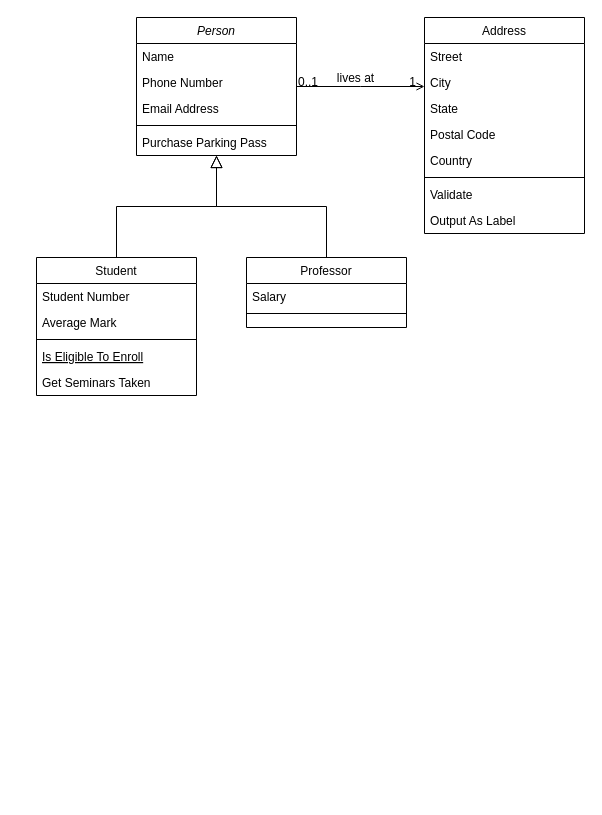
enchanter1cl/test-demo keeps this draw.io diagram as ParameterizedType.drawio. Above is the earlier version. Source tidied: cells renumbered, new cells numbered last; positions are measured from the earlier drawing's top-left corner, leaving out a move shared by most shapes. Both pictures are drawn from the tidied source at 100%, with x=0, y=0 at pixel (36, 17).
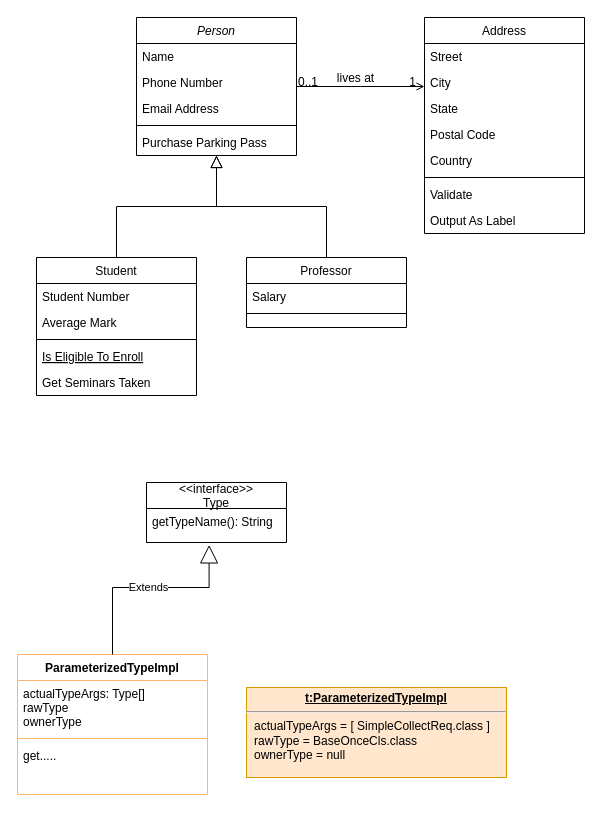
Above is the later version.

Change to the diagram source:
```diff
@@
+    <mxCell id="32" value="ParameterizedTypeImpl" style="swimlane;fontStyle=1;align=center;verticalAlign=top;horizontal=1;startSize=26;strokeColor=#FFB570;" parent="1" vertex="1">
+      <mxGeometry x="-19" y="637" width="190" height="140" as="geometry" />
+    </mxCell>
+    <mxCell id="33" value="actualTypeArgs: Type[]&#10;rawType&#10;ownerType" style="text;strokeColor=none;fillColor=none;align=left;verticalAlign=top;spacingLeft=4;spacingRight=4;overflow=hidden;" parent="32" vertex="1">
+      <mxGeometry y="26" width="190" height="54" as="geometry" />
+    </mxCell>
+    <mxCell id="34" style="line;strokeWidth=1;fillColor=none;align=left;verticalAlign=middle;spacingTop=-1;spacingLeft=3;spacingRight=3;labelPosition=right;strokeColor=inherit;" parent="32" vertex="1">
+      <mxGeometry y="80" width="190" height="8" as="geometry" />
+    </mxCell>
+    <mxCell id="35" value="get....." style="text;strokeColor=none;fillColor=none;align=left;verticalAlign=top;spacingLeft=4;spacingRight=4;overflow=hidden;" parent="32" vertex="1">
+      <mxGeometry y="88" width="190" height="52" as="geometry" />
+    </mxCell>
+    <mxCell id="36" value="&lt;p style=&quot;margin:0px;margin-top:4px;text-align:center;text-decoration:underline;&quot;&gt;&lt;b&gt;t:ParameterizedTypeImpl&lt;/b&gt;&lt;/p&gt;&lt;hr&gt;&lt;p style=&quot;margin:0px;margin-left:8px;&quot;&gt;actualTypeArgs = [ SimpleCollectReq.class ]&lt;br&gt;rawType = BaseOnceCls.class&lt;br&gt;&lt;/p&gt;&lt;p style=&quot;margin:0px;margin-left:8px;&quot;&gt;ownerType = null&lt;/p&gt;" style="verticalAlign=top;align=left;overflow=fill;fontSize=12;fontFamily=Helvetica;html=1;fillColor=#ffe6cc;strokeColor=#d79b00;" parent="1" vertex="1">
+      <mxGeometry x="210" y="670" width="260" height="90" as="geometry" />
+    </mxCell>
+    <mxCell id="37" value="&lt;&lt;interface&gt;&gt;&#10;Type" style="swimlane;fontStyle=0;horizontal=1;startSize=26;fillColor=none;" parent="1" vertex="1">
+      <mxGeometry x="110" y="465" width="140" height="60" as="geometry" />
+    </mxCell>
+    <mxCell id="38" value="getTypeName(): String" style="text;strokeColor=none;fillColor=none;align=left;verticalAlign=top;spacingLeft=4;spacingRight=4;overflow=hidden;points=[[0,0.5],[1,0.5]];portConstraint=eastwest;" parent="37" vertex="1">
+      <mxGeometry y="26" width="140" height="34" as="geometry" />
+    </mxCell>
+    <mxCell id="39" value="Extends" style="endArrow=block;endSize=16;endFill=0;html=1;rounded=0;entryX=0.447;entryY=1.071;entryDx=0;entryDy=0;entryPerimeter=0;exitX=0.5;exitY=0;exitDx=0;exitDy=0;edgeStyle=orthogonalEdgeStyle;" parent="1" edge="1" source="32" target="38">
+      <mxGeometry relative="1" as="geometry">
+        <Array as="points">
+          <mxPoint x="76" y="570" />
+          <mxPoint x="173" y="570" />
+        </Array>
+      </mxGeometry>
+    </mxCell>
```
